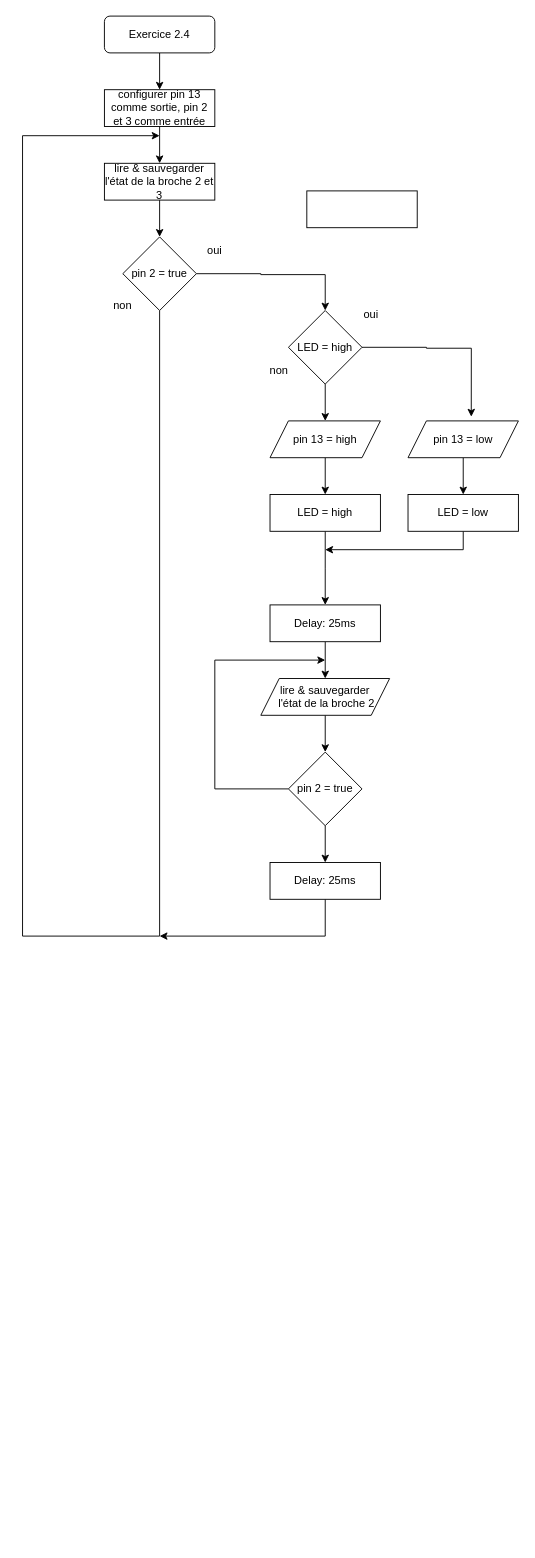
This is Ex 2.4.drawio from AlcalinePT/Arduino, a draw.io file, before an edit. Source tidied: cells renumbered, new cells numbered last; positions are measured from the earlier drawing's top-left corner, leaving out a move shared by most shapes. Both pictures are drawn from the tidied source at 92%, with x=0, y=0 at pixel (22, 16).
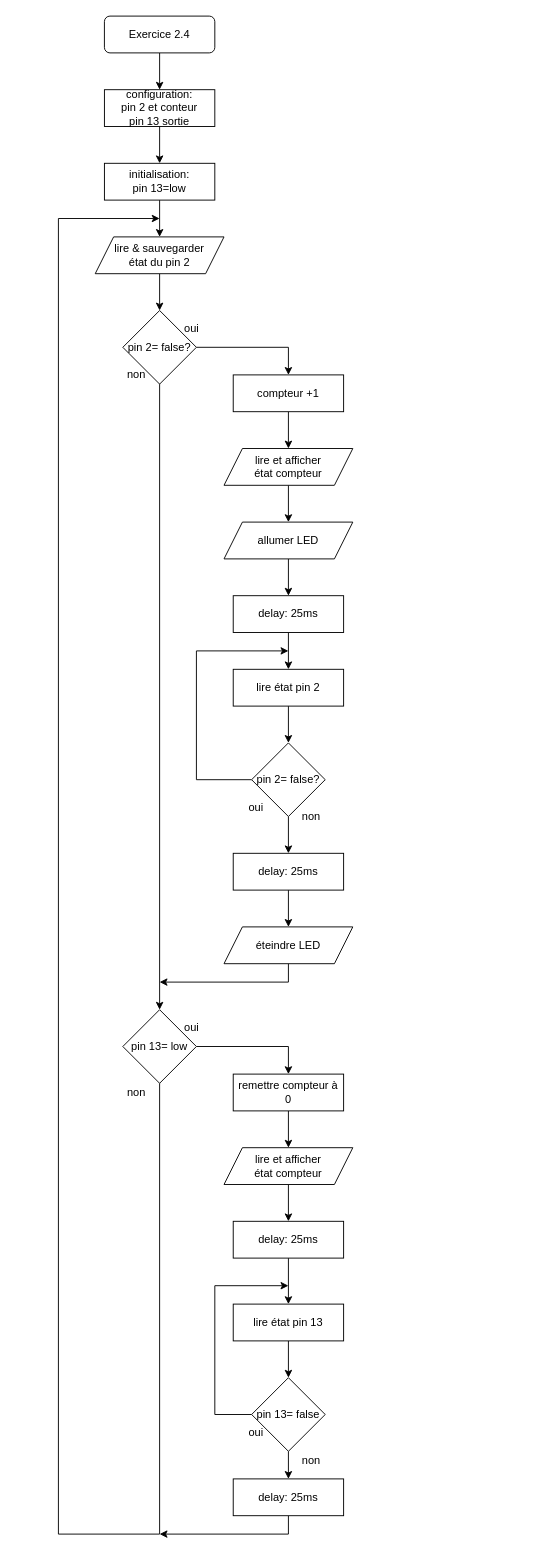
After the change.

The change refers to these unchanged cells:
```xml
<mxCell id="3" value="Exercice 2.4" style="rounded=1;whiteSpace=wrap;html=1;" parent="1" vertex="1">
  <mxGeometry x="89" width="120" height="40" as="geometry" />
</mxCell>
```

The edit, as a diff of the source:
```diff
@@
-    <mxCell id="2" style="edgeStyle=orthogonalEdgeStyle;rounded=0;jettySize=auto;html=1;" parent="1" edge="1" source="3" target="5">
-      <mxGeometry relative="1" as="geometry" />
-    </mxCell>
+    <mxCell id="36" style="edgeStyle=orthogonalEdgeStyle;rounded=0;jettySize=auto;html=1;exitX=0.5;exitY=1;exitDx=0;exitDy=0;entryX=0.5;entryY=0;entryDx=0;entryDy=0;" parent="1" edge="1" source="3" target="38">
+      <mxGeometry relative="1" as="geometry" />
+    </mxCell>
@@
-    <mxCell id="4" style="edgeStyle=orthogonalEdgeStyle;rounded=0;jettySize=auto;html=1;" parent="1" edge="1" source="5" target="7">
-      <mxGeometry relative="1" as="geometry" />
-    </mxCell>
-    <mxCell id="5" value="configurer pin 13 comme sortie, pin 2 et 3 comme entrée" style="rounded=0;whiteSpace=wrap;html=1;" parent="1" vertex="1">
-      <mxGeometry x="89" y="80" width="120" height="40" as="geometry" />
-    </mxCell>
-    <mxCell id="6" style="edgeStyle=orthogonalEdgeStyle;rounded=0;jettySize=auto;html=1;" parent="1" edge="1" source="7" target="10">
-      <mxGeometry relative="1" as="geometry" />
-    </mxCell>
-    <mxCell id="7" value="lire &amp;amp; sauvegarder l'état de la broche 2 et 3" style="rounded=0;whiteSpace=wrap;html=1;" parent="1" vertex="1">
-      <mxGeometry x="89" y="160" width="120" height="40" as="geometry" />
-    </mxCell>
-    <mxCell id="8" style="edgeStyle=orthogonalEdgeStyle;rounded=0;jettySize=auto;html=1;exitX=0.5;exitY=1;exitDx=0;exitDy=0;" parent="1" edge="1" source="10">
-      <mxGeometry relative="1" as="geometry">
-        <mxPoint x="149" y="130" as="targetPoint" />
-        <Array as="points">
-          <mxPoint x="149" y="1000" />
-          <mxPoint y="1000" />
-          <mxPoint y="130" />
-        </Array>
-      </mxGeometry>
-    </mxCell>
-    <mxCell id="9" style="edgeStyle=orthogonalEdgeStyle;rounded=0;jettySize=auto;html=1;exitX=1;exitY=0.5;exitDx=0;exitDy=0;entryX=0.5;entryY=0;entryDx=0;entryDy=0;" parent="1" edge="1" source="10" target="13">
-      <mxGeometry relative="1" as="geometry">
-        <Array as="points">
-          <mxPoint x="259" y="280" />
-          <mxPoint x="259" y="281" />
-          <mxPoint x="329" y="281" />
-        </Array>
-      </mxGeometry>
-    </mxCell>
-    <mxCell id="10" value="pin 2 = true" style="rhombus;whiteSpace=wrap;html=1;" parent="1" vertex="1">
-      <mxGeometry x="109" y="240" width="80" height="80" as="geometry" />
-    </mxCell>
-    <mxCell id="11" style="edgeStyle=orthogonalEdgeStyle;rounded=0;jettySize=auto;html=1;" parent="1" edge="1" source="13" target="19">
-      <mxGeometry relative="1" as="geometry" />
-    </mxCell>
-    <mxCell id="12" style="edgeStyle=orthogonalEdgeStyle;rounded=0;jettySize=auto;html=1;exitX=1;exitY=0.5;exitDx=0;exitDy=0;entryX=0.573;entryY=-0.115;entryDx=0;entryDy=0;entryPerimeter=0;" parent="1" edge="1" source="13" target="21">
-      <mxGeometry relative="1" as="geometry">
-        <Array as="points">
-          <mxPoint x="439" y="360" />
-          <mxPoint x="439" y="361" />
-          <mxPoint x="488" y="361" />
-        </Array>
-      </mxGeometry>
-    </mxCell>
-    <mxCell id="13" value="LED = high" style="rhombus;whiteSpace=wrap;html=1;" parent="1" vertex="1">
-      <mxGeometry x="289" y="320" width="80" height="80" as="geometry" />
-    </mxCell>
-    <mxCell id="14" value="non" style="text;html=1;strokeColor=none;fillColor=none;align=center;verticalAlign=middle;whiteSpace=wrap;rounded=0;" parent="1" vertex="1">
-      <mxGeometry x="79" y="300" width="60" height="30" as="geometry" />
-    </mxCell>
-    <mxCell id="15" value="oui" style="text;html=1;strokeColor=none;fillColor=none;align=center;verticalAlign=middle;whiteSpace=wrap;rounded=0;" parent="1" vertex="1">
-      <mxGeometry x="179" y="240" width="60" height="30" as="geometry" />
-    </mxCell>
-    <mxCell id="16" value="oui" style="text;html=1;strokeColor=none;fillColor=none;align=center;verticalAlign=middle;whiteSpace=wrap;rounded=0;" parent="1" vertex="1">
-      <mxGeometry x="349" y="310" width="60" height="30" as="geometry" />
-    </mxCell>
-    <mxCell id="17" value="non" style="text;html=1;strokeColor=none;fillColor=none;align=center;verticalAlign=middle;whiteSpace=wrap;rounded=0;" parent="1" vertex="1">
-      <mxGeometry x="249" y="370" width="60" height="30" as="geometry" />
-    </mxCell>
-    <mxCell id="18" style="edgeStyle=orthogonalEdgeStyle;rounded=0;jettySize=auto;html=1;" parent="1" edge="1" source="19" target="23">
-      <mxGeometry relative="1" as="geometry" />
-    </mxCell>
-    <mxCell id="19" value="pin 13 = high" style="shape=parallelogram;perimeter=parallelogramPerimeter;whiteSpace=wrap;html=1;fixedSize=1;" parent="1" vertex="1">
-      <mxGeometry x="269" y="440" width="120" height="40" as="geometry" />
-    </mxCell>
-    <mxCell id="20" style="edgeStyle=orthogonalEdgeStyle;rounded=0;jettySize=auto;html=1;" parent="1" edge="1" source="21" target="25">
-      <mxGeometry relative="1" as="geometry" />
-    </mxCell>
-    <mxCell id="21" value="pin 13 = low" style="shape=parallelogram;perimeter=parallelogramPerimeter;whiteSpace=wrap;html=1;fixedSize=1;" parent="1" vertex="1">
-      <mxGeometry x="419" y="440" width="120" height="40" as="geometry" />
-    </mxCell>
-    <mxCell id="22" style="edgeStyle=orthogonalEdgeStyle;rounded=0;jettySize=auto;html=1;" parent="1" edge="1" source="23">
-      <mxGeometry relative="1" as="geometry">
-        <mxPoint x="329" y="640" as="targetPoint" />
-      </mxGeometry>
-    </mxCell>
-    <mxCell id="23" value="LED = high" style="rounded=0;whiteSpace=wrap;html=1;" parent="1" vertex="1">
-      <mxGeometry x="269" y="520" width="120" height="40" as="geometry" />
-    </mxCell>
-    <mxCell id="24" style="edgeStyle=orthogonalEdgeStyle;rounded=0;jettySize=auto;html=1;exitX=0.5;exitY=1;exitDx=0;exitDy=0;" parent="1" edge="1" source="25">
-      <mxGeometry relative="1" as="geometry">
-        <mxPoint x="329" y="580" as="targetPoint" />
-        <Array as="points">
-          <mxPoint x="479" y="580" />
-        </Array>
-      </mxGeometry>
-    </mxCell>
-    <mxCell id="25" value="LED = low" style="rounded=0;whiteSpace=wrap;html=1;" parent="1" vertex="1">
-      <mxGeometry x="419" y="520" width="120" height="40" as="geometry" />
-    </mxCell>
-    <mxCell id="26" style="edgeStyle=orthogonalEdgeStyle;rounded=0;jettySize=auto;html=1;" parent="1" edge="1" source="27" target="34">
-      <mxGeometry relative="1" as="geometry" />
-    </mxCell>
-    <mxCell id="27" value="lire &amp;amp; sauvegarder&lt;br&gt;&amp;nbsp;l'état de la broche 2" style="shape=parallelogram;perimeter=parallelogramPerimeter;whiteSpace=wrap;html=1;fixedSize=1;" parent="1" vertex="1">
-      <mxGeometry x="259" y="720" width="140" height="40" as="geometry" />
-    </mxCell>
-    <mxCell id="28" style="edgeStyle=orthogonalEdgeStyle;rounded=0;jettySize=auto;html=1;" parent="1" edge="1" source="29" target="27">
-      <mxGeometry relative="1" as="geometry" />
-    </mxCell>
-    <mxCell id="29" value="Delay: 25ms" style="rounded=0;whiteSpace=wrap;html=1;" parent="1" vertex="1">
-      <mxGeometry x="269" y="640" width="120" height="40" as="geometry" />
-    </mxCell>
-    <mxCell id="30" style="edgeStyle=orthogonalEdgeStyle;rounded=0;jettySize=auto;html=1;exitX=0.5;exitY=1;exitDx=0;exitDy=0;" parent="1" edge="1" source="31">
-      <mxGeometry relative="1" as="geometry">
-        <mxPoint x="149" y="1000" as="targetPoint" />
-        <Array as="points">
-          <mxPoint x="329" y="1000" />
-        </Array>
-      </mxGeometry>
-    </mxCell>
-    <mxCell id="31" value="Delay: 25ms" style="rounded=0;whiteSpace=wrap;html=1;" parent="1" vertex="1">
-      <mxGeometry x="269" y="920" width="120" height="40" as="geometry" />
-    </mxCell>
-    <mxCell id="32" style="edgeStyle=orthogonalEdgeStyle;rounded=0;jettySize=auto;html=1;" parent="1" edge="1" source="34" target="31">
-      <mxGeometry relative="1" as="geometry" />
-    </mxCell>
-    <mxCell id="33" style="edgeStyle=orthogonalEdgeStyle;rounded=0;jettySize=auto;html=1;" parent="1" edge="1" source="34">
-      <mxGeometry relative="1" as="geometry">
-        <mxPoint x="329" y="700" as="targetPoint" />
-        <Array as="points">
-          <mxPoint x="209" y="840" />
-          <mxPoint x="209" y="700" />
-        </Array>
-      </mxGeometry>
-    </mxCell>
-    <mxCell id="34" value="pin 2 = true" style="rhombus;whiteSpace=wrap;html=1;" parent="1" vertex="1">
-      <mxGeometry x="289" y="800" width="80" height="80" as="geometry" />
-    </mxCell>
-    <mxCell id="35" style="rounded=0;whiteSpace=wrap;html=1;" parent="1" vertex="1">
-      <mxGeometry x="309" y="190" width="120" height="40" as="geometry" />
-    </mxCell>
+    <mxCell id="37" style="edgeStyle=orthogonalEdgeStyle;rounded=0;jettySize=auto;html=1;exitX=0.5;exitY=1;exitDx=0;exitDy=0;entryX=0.5;entryY=0;entryDx=0;entryDy=0;" parent="1" edge="1" source="38" target="40">
+      <mxGeometry relative="1" as="geometry" />
+    </mxCell>
+    <mxCell id="38" value="configuration:&lt;br&gt;pin 2 et conteur&lt;br&gt;pin 13 sortie" style="rounded=0;whiteSpace=wrap;html=1;" parent="1" vertex="1">
+      <mxGeometry x="89" y="80" width="120" height="40" as="geometry" />
+    </mxCell>
+    <mxCell id="39" style="edgeStyle=orthogonalEdgeStyle;rounded=0;jettySize=auto;html=1;exitX=0.5;exitY=1;exitDx=0;exitDy=0;entryX=0.5;entryY=0;entryDx=0;entryDy=0;" parent="1" edge="1" source="40" target="42">
+      <mxGeometry relative="1" as="geometry" />
+    </mxCell>
+    <mxCell id="40" value="initialisation:&lt;br&gt;pin 13=low" style="rounded=0;whiteSpace=wrap;html=1;" parent="1" vertex="1">
+      <mxGeometry x="89" y="160" width="120" height="40" as="geometry" />
+    </mxCell>
+    <mxCell id="41" style="edgeStyle=orthogonalEdgeStyle;rounded=0;jettySize=auto;html=1;exitX=0.5;exitY=1;exitDx=0;exitDy=0;entryX=0.5;entryY=0;entryDx=0;entryDy=0;" parent="1" edge="1" source="42" target="45">
+      <mxGeometry relative="1" as="geometry" />
+    </mxCell>
+    <mxCell id="42" value="lire &amp;amp; sauvegarder&lt;br&gt;état du pin 2" style="shape=parallelogram;perimeter=parallelogramPerimeter;whiteSpace=wrap;html=1;fixedSize=1;" parent="1" vertex="1">
+      <mxGeometry x="79" y="240" width="140" height="40" as="geometry" />
+    </mxCell>
+    <mxCell id="43" style="edgeStyle=orthogonalEdgeStyle;rounded=0;jettySize=auto;html=1;exitX=0.5;exitY=1;exitDx=0;exitDy=0;entryX=0.5;entryY=0;entryDx=0;entryDy=0;" parent="1" edge="1" source="45" target="61">
+      <mxGeometry relative="1" as="geometry" />
+    </mxCell>
+    <mxCell id="44" style="edgeStyle=orthogonalEdgeStyle;rounded=0;jettySize=auto;html=1;exitX=1;exitY=0.5;exitDx=0;exitDy=0;entryX=0.5;entryY=0;entryDx=0;entryDy=0;" parent="1" edge="1" source="45" target="80">
+      <mxGeometry relative="1" as="geometry" />
+    </mxCell>
+    <mxCell id="45" value="pin 2= false?" style="rhombus;whiteSpace=wrap;html=1;" parent="1" vertex="1">
+      <mxGeometry x="109" y="320" width="80" height="80" as="geometry" />
+    </mxCell>
+    <mxCell id="46" value="oui" style="text;html=1;strokeColor=none;fillColor=none;align=center;verticalAlign=middle;whiteSpace=wrap;rounded=0;" parent="1" vertex="1">
+      <mxGeometry x="169" y="330" width="30" height="20" as="geometry" />
+    </mxCell>
+    <mxCell id="47" value="non" style="text;html=1;strokeColor=none;fillColor=none;align=center;verticalAlign=middle;whiteSpace=wrap;rounded=0;" parent="1" vertex="1">
+      <mxGeometry x="109" y="380" width="30" height="20" as="geometry" />
+    </mxCell>
+    <mxCell id="48" style="edgeStyle=orthogonalEdgeStyle;rounded=0;jettySize=auto;html=1;exitX=0.5;exitY=1;exitDx=0;exitDy=0;entryX=0.5;entryY=0;entryDx=0;entryDy=0;" parent="1" edge="1" source="49" target="54">
+      <mxGeometry relative="1" as="geometry" />
+    </mxCell>
+    <mxCell id="49" value="delay: 25ms" style="rounded=0;whiteSpace=wrap;html=1;" parent="1" vertex="1">
+      <mxGeometry x="229" y="630" width="120" height="40" as="geometry" />
+    </mxCell>
+    <mxCell id="50" style="edgeStyle=orthogonalEdgeStyle;rounded=0;jettySize=auto;html=1;exitX=0;exitY=0.5;exitDx=0;exitDy=0;" parent="1" edge="1" source="52">
+      <mxGeometry relative="1" as="geometry">
+        <mxPoint x="289" y="690" as="targetPoint" />
+        <Array as="points">
+          <mxPoint x="189" y="830" />
+          <mxPoint x="189" y="690" />
+        </Array>
+      </mxGeometry>
+    </mxCell>
+    <mxCell id="51" style="edgeStyle=orthogonalEdgeStyle;rounded=0;jettySize=auto;html=1;exitX=0.5;exitY=1;exitDx=0;exitDy=0;entryX=0.5;entryY=0;entryDx=0;entryDy=0;" parent="1" edge="1" source="52" target="58">
+      <mxGeometry relative="1" as="geometry" />
+    </mxCell>
+    <mxCell id="52" value="pin 2= false?" style="rhombus;whiteSpace=wrap;html=1;" parent="1" vertex="1">
+      <mxGeometry x="249" y="790" width="80" height="80" as="geometry" />
+    </mxCell>
+    <mxCell id="53" style="edgeStyle=orthogonalEdgeStyle;rounded=0;jettySize=auto;html=1;exitX=0.5;exitY=1;exitDx=0;exitDy=0;entryX=0.5;entryY=0;entryDx=0;entryDy=0;" parent="1" edge="1" source="54" target="52">
+      <mxGeometry relative="1" as="geometry" />
+    </mxCell>
+    <mxCell id="54" value="lire état pin 2" style="rounded=0;whiteSpace=wrap;html=1;" parent="1" vertex="1">
+      <mxGeometry x="229" y="710" width="120" height="40" as="geometry" />
+    </mxCell>
+    <mxCell id="55" value="non" style="text;html=1;strokeColor=none;fillColor=none;align=center;verticalAlign=middle;whiteSpace=wrap;rounded=0;" parent="1" vertex="1">
+      <mxGeometry x="299" y="860" width="30" height="20" as="geometry" />
+    </mxCell>
+    <mxCell id="56" value="oui" style="text;html=1;strokeColor=none;fillColor=none;align=center;verticalAlign=middle;whiteSpace=wrap;rounded=0;" parent="1" vertex="1">
+      <mxGeometry x="239" y="850" width="30" height="20" as="geometry" />
+    </mxCell>
+    <mxCell id="57" style="edgeStyle=orthogonalEdgeStyle;rounded=0;jettySize=auto;html=1;exitX=0.5;exitY=1;exitDx=0;exitDy=0;entryX=0.5;entryY=0;entryDx=0;entryDy=0;" parent="1" edge="1" source="58" target="86">
+      <mxGeometry relative="1" as="geometry" />
+    </mxCell>
+    <mxCell id="58" value="delay: 25ms" style="rounded=0;whiteSpace=wrap;html=1;" parent="1" vertex="1">
+      <mxGeometry x="229" y="910" width="120" height="40" as="geometry" />
+    </mxCell>
+    <mxCell id="59" style="edgeStyle=orthogonalEdgeStyle;rounded=0;jettySize=auto;html=1;exitX=0.5;exitY=1;exitDx=0;exitDy=0;" parent="1" edge="1" source="61">
+      <mxGeometry relative="1" as="geometry">
+        <mxPoint x="149" y="220" as="targetPoint" />
+        <Array as="points">
+          <mxPoint x="149" y="1650" />
+          <mxPoint x="39" y="1650" />
+          <mxPoint x="39" y="220" />
+        </Array>
+      </mxGeometry>
+    </mxCell>
+    <mxCell id="60" style="edgeStyle=orthogonalEdgeStyle;rounded=0;jettySize=auto;html=1;exitX=1;exitY=0.5;exitDx=0;exitDy=0;entryX=0.5;entryY=0;entryDx=0;entryDy=0;" parent="1" edge="1" source="61" target="76">
+      <mxGeometry relative="1" as="geometry" />
+    </mxCell>
+    <mxCell id="61" value="pin 13= low" style="rhombus;whiteSpace=wrap;html=1;" parent="1" vertex="1">
+      <mxGeometry x="109" y="1080" width="80" height="80" as="geometry" />
+    </mxCell>
+    <mxCell id="62" value="oui" style="text;html=1;strokeColor=none;fillColor=none;align=center;verticalAlign=middle;whiteSpace=wrap;rounded=0;" parent="1" vertex="1">
+      <mxGeometry x="169" y="1090" width="30" height="20" as="geometry" />
+    </mxCell>
+    <mxCell id="63" value="non" style="text;html=1;strokeColor=none;fillColor=none;align=center;verticalAlign=middle;whiteSpace=wrap;rounded=0;" parent="1" vertex="1">
+      <mxGeometry x="109" y="1160" width="30" height="20" as="geometry" />
+    </mxCell>
+    <mxCell id="64" style="edgeStyle=orthogonalEdgeStyle;rounded=0;jettySize=auto;html=1;exitX=0.5;exitY=1;exitDx=0;exitDy=0;entryX=0.5;entryY=0;entryDx=0;entryDy=0;" parent="1" edge="1" source="65" target="70">
+      <mxGeometry relative="1" as="geometry" />
+    </mxCell>
+    <mxCell id="65" value="delay: 25ms" style="rounded=0;whiteSpace=wrap;html=1;" parent="1" vertex="1">
+      <mxGeometry x="229" y="1310" width="120" height="40" as="geometry" />
+    </mxCell>
+    <mxCell id="66" style="edgeStyle=orthogonalEdgeStyle;rounded=0;jettySize=auto;html=1;exitX=0;exitY=0.5;exitDx=0;exitDy=0;" parent="1" edge="1" source="68">
+      <mxGeometry relative="1" as="geometry">
+        <mxPoint x="289" y="1380" as="targetPoint" />
+        <Array as="points">
+          <mxPoint x="209" y="1520" />
+          <mxPoint x="209" y="1380" />
+        </Array>
+      </mxGeometry>
+    </mxCell>
+    <mxCell id="67" style="edgeStyle=orthogonalEdgeStyle;rounded=0;jettySize=auto;html=1;exitX=0.5;exitY=1;exitDx=0;exitDy=0;entryX=0.5;entryY=0;entryDx=0;entryDy=0;" parent="1" edge="1" source="68" target="74">
+      <mxGeometry relative="1" as="geometry" />
+    </mxCell>
+    <mxCell id="68" value="pin 13= false" style="rhombus;whiteSpace=wrap;html=1;" parent="1" vertex="1">
+      <mxGeometry x="249" y="1480" width="80" height="80" as="geometry" />
+    </mxCell>
+    <mxCell id="69" style="edgeStyle=orthogonalEdgeStyle;rounded=0;jettySize=auto;html=1;exitX=0.5;exitY=1;exitDx=0;exitDy=0;entryX=0.5;entryY=0;entryDx=0;entryDy=0;" parent="1" edge="1" source="70" target="68">
+      <mxGeometry relative="1" as="geometry" />
+    </mxCell>
+    <mxCell id="70" value="lire état pin 13" style="rounded=0;whiteSpace=wrap;html=1;" parent="1" vertex="1">
+      <mxGeometry x="229" y="1400" width="120" height="40" as="geometry" />
+    </mxCell>
+    <mxCell id="71" value="non" style="text;html=1;strokeColor=none;fillColor=none;align=center;verticalAlign=middle;whiteSpace=wrap;rounded=0;" parent="1" vertex="1">
+      <mxGeometry x="298.9" y="1560" width="30" height="20" as="geometry" />
+    </mxCell>
+    <mxCell id="72" value="oui" style="text;html=1;strokeColor=none;fillColor=none;align=center;verticalAlign=middle;whiteSpace=wrap;rounded=0;" parent="1" vertex="1">
+      <mxGeometry x="239" y="1530" width="30" height="20" as="geometry" />
+    </mxCell>
+    <mxCell id="73" style="edgeStyle=orthogonalEdgeStyle;rounded=0;jettySize=auto;html=1;exitX=0.5;exitY=1;exitDx=0;exitDy=0;" parent="1" edge="1" source="74">
+      <mxGeometry relative="1" as="geometry">
+        <mxPoint x="149" y="1650" as="targetPoint" />
+        <Array as="points">
+          <mxPoint x="289" y="1650" />
+          <mxPoint x="149" y="1650" />
+        </Array>
+      </mxGeometry>
+    </mxCell>
+    <mxCell id="74" value="delay: 25ms" style="rounded=0;whiteSpace=wrap;html=1;" parent="1" vertex="1">
+      <mxGeometry x="229" y="1590" width="120" height="40" as="geometry" />
+    </mxCell>
+    <mxCell id="75" style="edgeStyle=orthogonalEdgeStyle;rounded=0;jettySize=auto;html=1;exitX=0.5;exitY=1;exitDx=0;exitDy=0;entryX=0.5;entryY=0;entryDx=0;entryDy=0;" parent="1" edge="1" source="76" target="78">
+      <mxGeometry relative="1" as="geometry" />
+    </mxCell>
+    <mxCell id="76" value="remettre compteur à 0" style="rounded=0;whiteSpace=wrap;html=1;" parent="1" vertex="1">
+      <mxGeometry x="229" y="1150" width="120" height="40" as="geometry" />
+    </mxCell>
+    <mxCell id="77" style="edgeStyle=orthogonalEdgeStyle;rounded=0;jettySize=auto;html=1;exitX=0.5;exitY=1;exitDx=0;exitDy=0;entryX=0.5;entryY=0;entryDx=0;entryDy=0;" parent="1" edge="1" source="78" target="65">
+      <mxGeometry relative="1" as="geometry" />
+    </mxCell>
+    <mxCell id="78" value="lire et afficher&lt;br&gt;état compteur" style="shape=parallelogram;perimeter=parallelogramPerimeter;whiteSpace=wrap;html=1;fixedSize=1;" parent="1" vertex="1">
+      <mxGeometry x="219" y="1230" width="140" height="40" as="geometry" />
+    </mxCell>
+    <mxCell id="79" style="edgeStyle=orthogonalEdgeStyle;rounded=0;jettySize=auto;html=1;exitX=0.5;exitY=1;exitDx=0;exitDy=0;" parent="1" edge="1" source="80" target="82">
+      <mxGeometry relative="1" as="geometry" />
+    </mxCell>
+    <mxCell id="80" value="compteur +1" style="rounded=0;whiteSpace=wrap;html=1;" parent="1" vertex="1">
+      <mxGeometry x="229" y="390" width="120" height="40" as="geometry" />
+    </mxCell>
+    <mxCell id="81" style="edgeStyle=orthogonalEdgeStyle;rounded=0;jettySize=auto;html=1;exitX=0.5;exitY=1;exitDx=0;exitDy=0;entryX=0.5;entryY=0;entryDx=0;entryDy=0;" parent="1" edge="1" source="82" target="84">
+      <mxGeometry relative="1" as="geometry" />
+    </mxCell>
+    <mxCell id="82" value="lire et afficher&lt;br&gt;état compteur" style="shape=parallelogram;perimeter=parallelogramPerimeter;whiteSpace=wrap;html=1;fixedSize=1;" parent="1" vertex="1">
+      <mxGeometry x="219" y="470" width="140" height="40" as="geometry" />
+    </mxCell>
+    <mxCell id="83" style="edgeStyle=orthogonalEdgeStyle;rounded=0;jettySize=auto;html=1;exitX=0.5;exitY=1;exitDx=0;exitDy=0;entryX=0.5;entryY=0;entryDx=0;entryDy=0;" parent="1" edge="1" source="84" target="49">
+      <mxGeometry relative="1" as="geometry">
+        <Array as="points">
+          <mxPoint x="289" y="575" />
+        </Array>
+      </mxGeometry>
+    </mxCell>
+    <mxCell id="84" value="allumer LED" style="shape=parallelogram;perimeter=parallelogramPerimeter;whiteSpace=wrap;html=1;fixedSize=1;" parent="1" vertex="1">
+      <mxGeometry x="219" y="550" width="140" height="40" as="geometry" />
+    </mxCell>
+    <mxCell id="85" style="edgeStyle=orthogonalEdgeStyle;rounded=0;jettySize=auto;html=1;exitX=0.5;exitY=1;exitDx=0;exitDy=0;" parent="1" edge="1" source="86">
+      <mxGeometry relative="1" as="geometry">
+        <mxPoint x="149" y="1050" as="targetPoint" />
+        <Array as="points">
+          <mxPoint x="289" y="1050" />
+        </Array>
+      </mxGeometry>
+    </mxCell>
+    <mxCell id="86" value="éteindre LED" style="shape=parallelogram;perimeter=parallelogramPerimeter;whiteSpace=wrap;html=1;fixedSize=1;" parent="1" vertex="1">
+      <mxGeometry x="219" y="990" width="140" height="40" as="geometry" />
+    </mxCell>
```
